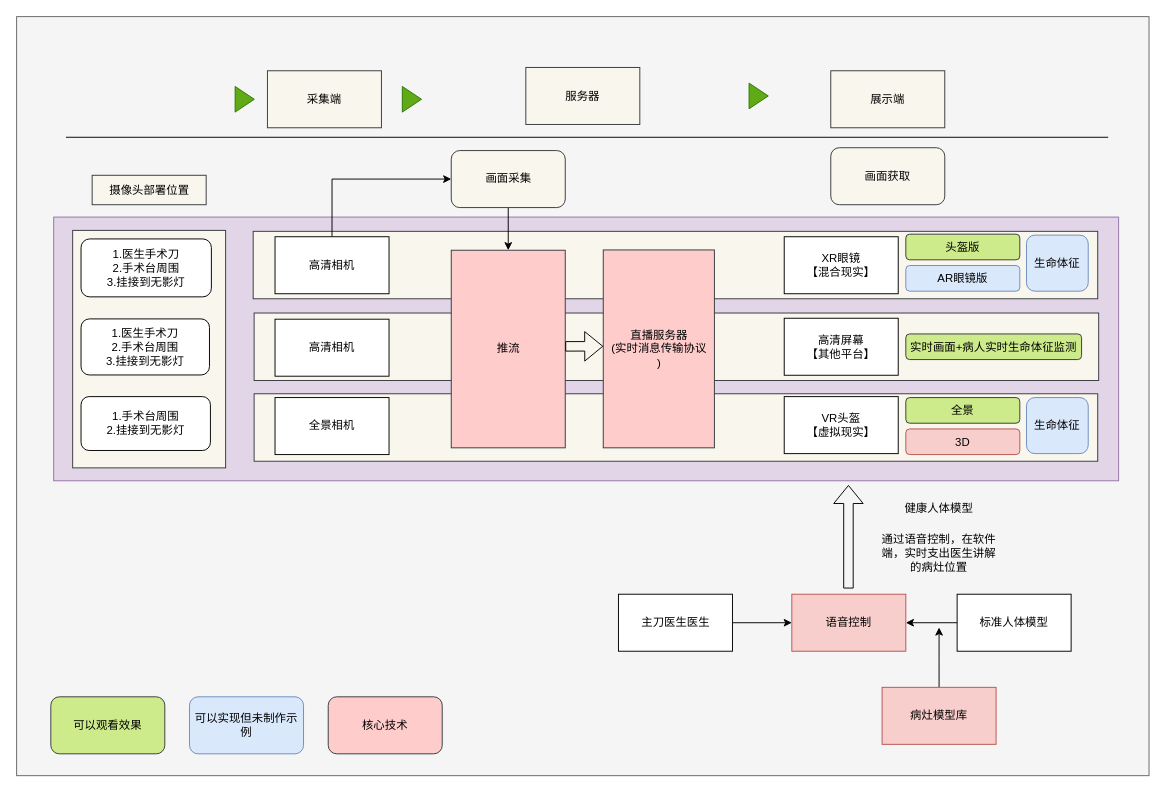
Earlier version of the draw.io diagram 未命名绘图.drawio (15140252710/OneGithubProject). Source tidied: cells renumbered, new cells numbered last; positions are measured from the earlier drawing's top-left corner, leaving out a move shared by most shapes. Both pictures are drawn from the tidied source at 95%, with x=0, y=0 at pixel (16, 16).
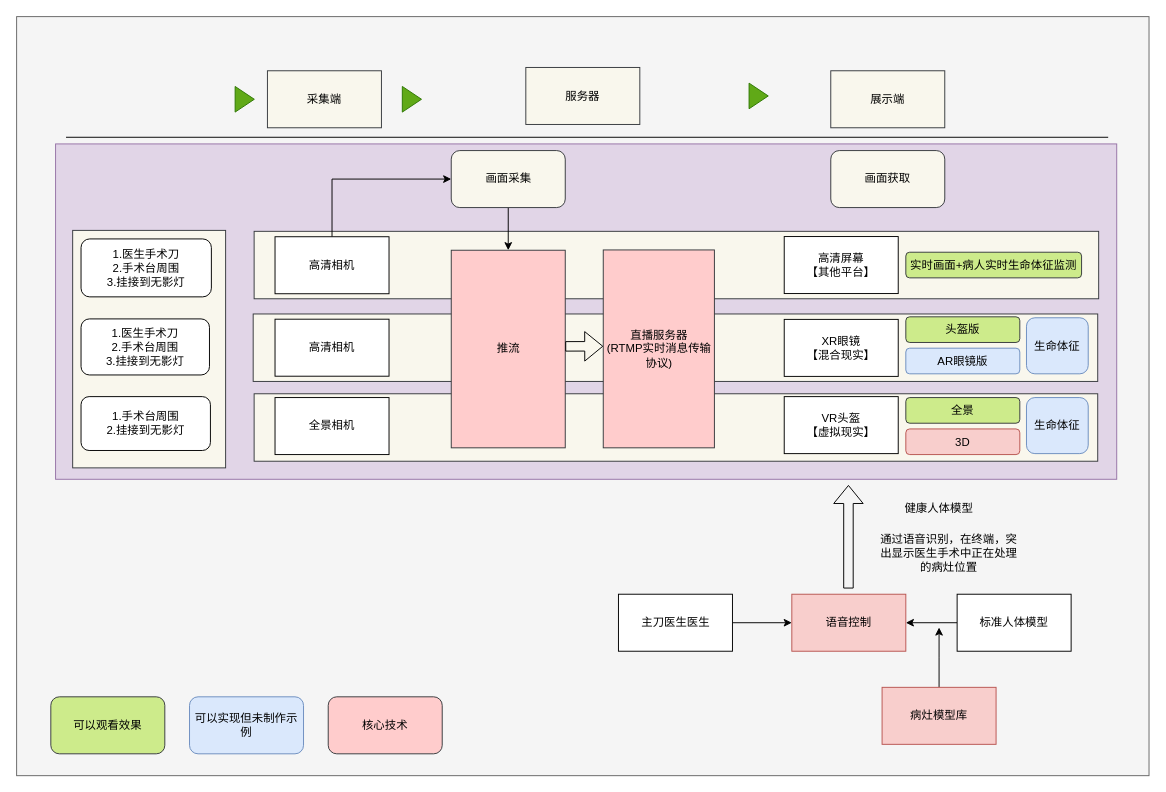
The same page after the edit.

Commit message:
更新未命名绘图.drawio

Diff of the diagram source:
```diff
@@
     <mxCell id="7" style="rounded=0;whiteSpace=wrap;html=1;fillColor=#e1d5e7;strokeColor=#9673a6;" parent="1" vertex="1">
-      <mxGeometry x="39" y="211" width="1121" height="277.6" as="geometry" />
+      <mxGeometry x="41" y="134" width="1117" height="353" as="geometry" />
     </mxCell>
     <mxCell id="8" style="rounded=0;whiteSpace=wrap;html=1;fillColor=#f9f7ed;strokeColor=#36393d;" parent="1" vertex="1">
-      <mxGeometry x="250" y="312" width="889" height="71" as="geometry" />
+      <mxGeometry x="250" y="226" width="889" height="71" as="geometry" />
     </mxCell>
     <mxCell id="9" style="rounded=0;whiteSpace=wrap;html=1;shadow=0;fillColor=#f9f7ed;strokeColor=#36393d;" parent="1" vertex="1">
-      <mxGeometry x="249" y="226" width="889" height="71" as="geometry" />
+      <mxGeometry x="249" y="313" width="889" height="71" as="geometry" />
     </mxCell>
@@
     <mxCell id="13" value="画面获取" style="rounded=1;whiteSpace=wrap;html=1;fillColor=#f9f7ed;strokeColor=#36393d;" parent="1" vertex="1">
-      <mxGeometry x="857" y="138" width="120" height="60" as="geometry" />
+      <mxGeometry x="857" y="141" width="120" height="60" as="geometry" />
     </mxCell>
@@
     <mxCell id="26" value="头盔版" style="rounded=1;whiteSpace=wrap;html=1;fillColor=#cdeb8b;strokeColor=#36393d;" parent="1" vertex="1">
-      <mxGeometry x="936" y="229" width="120" height="27" as="geometry" />
+      <mxGeometry x="936" y="316" width="120" height="27" as="geometry" />
     </mxCell>
     <mxCell id="27" value="AR眼镜版" style="rounded=1;whiteSpace=wrap;html=1;fillColor=#dae8fc;strokeColor=#6c8ebf;" parent="1" vertex="1">
-      <mxGeometry x="936" y="262" width="120" height="27" as="geometry" />
+      <mxGeometry x="936" y="349" width="120" height="27" as="geometry" />
     </mxCell>
@@
     <mxCell id="31" value="XR眼镜&lt;br&gt;【混合现实】" style="rounded=0;whiteSpace=wrap;html=1;" parent="1" vertex="1">
-      <mxGeometry x="808" y="231.7" width="120" height="60" as="geometry" />
+      <mxGeometry x="808" y="318.7" width="120" height="60" as="geometry" />
     </mxCell>
@@
-    <mxCell id="37" value="直播服务器&lt;br&gt;(实时消息传输协议&lt;br&gt;)" style="rounded=0;whiteSpace=wrap;html=1;fillColor=#ffcccc;strokeColor=#36393d;align=center;" parent="1" vertex="1">
+    <mxCell id="37" value="直播服务器&lt;br&gt;(RTMP实时消息传输协议)" style="rounded=0;whiteSpace=wrap;html=1;fillColor=#ffcccc;strokeColor=#36393d;align=center;" parent="1" vertex="1">
       <mxGeometry x="617.5" y="245.6" width="117" height="208.3" as="geometry" />
     </mxCell>
     <mxCell id="38" value="高清屏幕&lt;br&gt;【其他平台】" style="rounded=0;whiteSpace=wrap;html=1;" parent="1" vertex="1">
-      <mxGeometry x="808" y="317.5" width="120" height="60" as="geometry" />
+      <mxGeometry x="808" y="231.5" width="120" height="60" as="geometry" />
     </mxCell>
     <mxCell id="39" value="实时画面+病人实时生命体征监测" style="rounded=1;whiteSpace=wrap;html=1;fillColor=#cdeb8b;strokeColor=#36393d;" parent="1" vertex="1">
-      <mxGeometry x="936" y="334" width="185" height="27" as="geometry" />
+      <mxGeometry x="936" y="248" width="185" height="27" as="geometry" />
     </mxCell>
@@
-    <mxCell id="46" value="通过语音控制，在软件端，实时支出医生讲解的病灶位置" style="text;html=1;strokeColor=none;fillColor=none;align=center;verticalAlign=middle;whiteSpace=wrap;rounded=0;" parent="1" vertex="1">
-      <mxGeometry x="907" y="547" width="128" height="36" as="geometry" />
+    <mxCell id="46" value="通过语音识别，在终端，突出显示医生手术中正在处理的病灶位置" style="text;html=1;strokeColor=none;fillColor=none;align=center;verticalAlign=middle;whiteSpace=wrap;rounded=0;" parent="1" vertex="1">
+      <mxGeometry x="907" y="547" width="149" height="36" as="geometry" />
     </mxCell>
@@
     <mxCell id="51" value="生命体征" style="rounded=1;whiteSpace=wrap;html=1;fillColor=#dae8fc;strokeColor=#6c8ebf;" parent="1" vertex="1">
-      <mxGeometry x="1063" y="230" width="65" height="59" as="geometry" />
+      <mxGeometry x="1063" y="317" width="65" height="59" as="geometry" />
     </mxCell>
```
